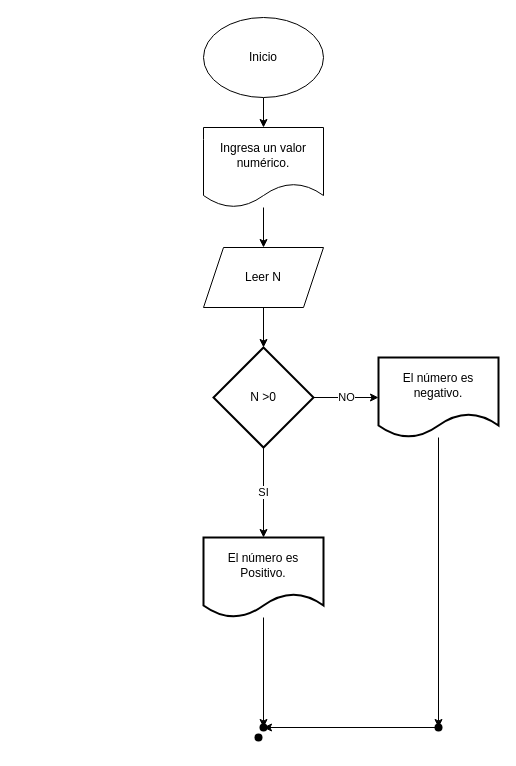
Above: Ejercicio 1: Determinar si un número es negativo, positivo o cero.drawio in Zapta123/Metodolog-a-de-la-programaci-n- (draw.io), before the change. Source tidied: cells renumbered, new cells numbered last; positions are measured from the earlier drawing's top-left corner, leaving out a move shared by most shapes. Both pictures are drawn from the tidied source at 100%, with x=0, y=0 at pixel (203, 17).
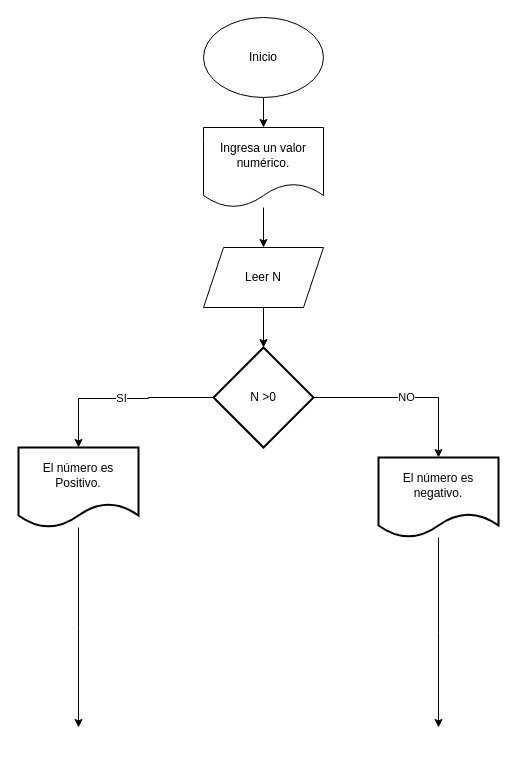
After the change.

The edit, as a diff of the source:
```diff
@@
 <mxGraphModel>
   <root>
     <mxCell id="0" />
     <mxCell id="1" parent="0" />
     <mxCell id="2" style="edgeStyle=orthogonalEdgeStyle;rounded=0;jettySize=auto;html=1;" parent="1" edge="1" source="3" target="5">
       <mxGeometry relative="1" as="geometry" />
     </mxCell>
     <mxCell id="3" value="Inicio" style="ellipse;whiteSpace=wrap;html=1;" parent="1" vertex="1">
       <mxGeometry width="120" height="80" as="geometry" />
     </mxCell>
     <mxCell id="4" style="edgeStyle=orthogonalEdgeStyle;rounded=0;jettySize=auto;html=1;" parent="1" edge="1" source="5" target="7">
       <mxGeometry relative="1" as="geometry" />
     </mxCell>
     <mxCell id="5" value="Ingresa un valor numérico." style="shape=document;whiteSpace=wrap;html=1;boundedLbl=1;" parent="1" vertex="1">
       <mxGeometry y="110" width="120" height="80" as="geometry" />
     </mxCell>
     <mxCell id="6" style="edgeStyle=orthogonalEdgeStyle;rounded=0;jettySize=auto;html=1;" parent="1" edge="1" source="7" target="10">
       <mxGeometry relative="1" as="geometry" />
     </mxCell>
     <mxCell id="7" value="Leer N" style="shape=parallelogram;perimeter=parallelogramPerimeter;whiteSpace=wrap;html=1;fixedSize=1;" parent="1" vertex="1">
       <mxGeometry y="230" width="120" height="60" as="geometry" />
     </mxCell>
     <mxCell id="8" value="NO" style="edgeStyle=orthogonalEdgeStyle;rounded=0;jettySize=auto;html=1;" parent="1" edge="1" source="10" target="12">
       <mxGeometry relative="1" as="geometry" />
     </mxCell>
-    <mxCell id="9" value="SI" style="edgeStyle=orthogonalEdgeStyle;rounded=0;jettySize=auto;html=1;" parent="1" edge="1" source="10" target="14">
-      <mxGeometry relative="1" as="geometry" />
+    <mxCell id="9" value="SI" style="edgeStyle=orthogonalEdgeStyle;rounded=0;jettySize=auto;html=1;" parent="1" edge="1" source="10">
+      <mxGeometry relative="1" as="geometry">
+        <mxPoint x="-125" y="430" as="targetPoint" />
+        <Array as="points">
+          <mxPoint x="-55" y="380" />
+          <mxPoint x="-120" y="381" />
+        </Array>
+      </mxGeometry>
     </mxCell>
     <mxCell id="10" value="N &amp;gt;0" style="strokeWidth=2;html=1;shape=mxgraph.flowchart.decision;whiteSpace=wrap;" parent="1" vertex="1">
       <mxGeometry x="10" y="330" width="100" height="100" as="geometry" />
     </mxCell>
-    <mxCell id="11" style="edgeStyle=orthogonalEdgeStyle;rounded=0;jettySize=auto;html=1;" parent="1" edge="1" source="12" target="16">
-      <mxGeometry relative="1" as="geometry" />
+    <mxCell id="11" style="edgeStyle=orthogonalEdgeStyle;rounded=0;jettySize=auto;html=1;" parent="1" edge="1" source="12">
+      <mxGeometry relative="1" as="geometry">
+        <mxPoint x="235" y="710" as="targetPoint" />
+      </mxGeometry>
     </mxCell>
     <mxCell id="12" value="El número es negativo." style="shape=document;whiteSpace=wrap;html=1;boundedLbl=1;strokeWidth=2;" parent="1" vertex="1">
-      <mxGeometry x="175" y="340" width="120" height="80" as="geometry" />
+      <mxGeometry x="175" y="440" width="120" height="80" as="geometry" />
     </mxCell>
-    <mxCell id="13" style="edgeStyle=orthogonalEdgeStyle;rounded=0;jettySize=auto;html=1;entryX=0.25;entryY=0.54;entryDx=0;entryDy=0;entryPerimeter=0;" parent="1" edge="1" source="14" target="18">
-      <mxGeometry relative="1" as="geometry" />
-    </mxCell>
+    <mxCell id="19" style="edgeStyle=orthogonalEdgeStyle;rounded=0;jettySize=auto;html=1;" parent="1" edge="1" source="14">
+      <mxGeometry relative="1" as="geometry">
+        <mxPoint x="-125" y="710" as="targetPoint" />
+      </mxGeometry>
+    </mxCell>
     <mxCell id="14" value="El número es Positivo." style="shape=document;whiteSpace=wrap;html=1;boundedLbl=1;strokeWidth=2;" parent="1" vertex="1">
-      <mxGeometry y="520" width="120" height="80" as="geometry" />
+      <mxGeometry x="-185" y="430" width="120" height="80" as="geometry" />
     </mxCell>
-    <mxCell id="15" style="edgeStyle=orthogonalEdgeStyle;rounded=0;jettySize=auto;html=1;" parent="1" edge="1" source="16" target="18">
-      <mxGeometry relative="1" as="geometry" />
-    </mxCell>
-    <mxCell id="16" style="shape=waypoint;sketch=0;size=6;points=[];fillColor=default;perimeter=centerPerimeter;snapToPoint=1;strokeWidth=2;" parent="1" vertex="1">
-      <mxGeometry x="225" y="700" width="20" height="20" as="geometry" />
-    </mxCell>
-    <mxCell id="17" style="shape=waypoint;sketch=0;size=6;fillColor=default;perimeter=centerPerimeter;strokeWidth=2;" parent="1" vertex="1">
-      <mxGeometry x="45" y="710" width="20" height="20" as="geometry" />
-    </mxCell>
-    <mxCell id="18" style="shape=waypoint;sketch=0;size=6;points=[];fillColor=default;perimeter=centerPerimeter;snapToPoint=1;strokeWidth=2;" parent="1" vertex="1">
-      <mxGeometry x="50" y="700" width="20" height="20" as="geometry" />
-    </mxCell>
   </root>
 </mxGraphModel>
```
